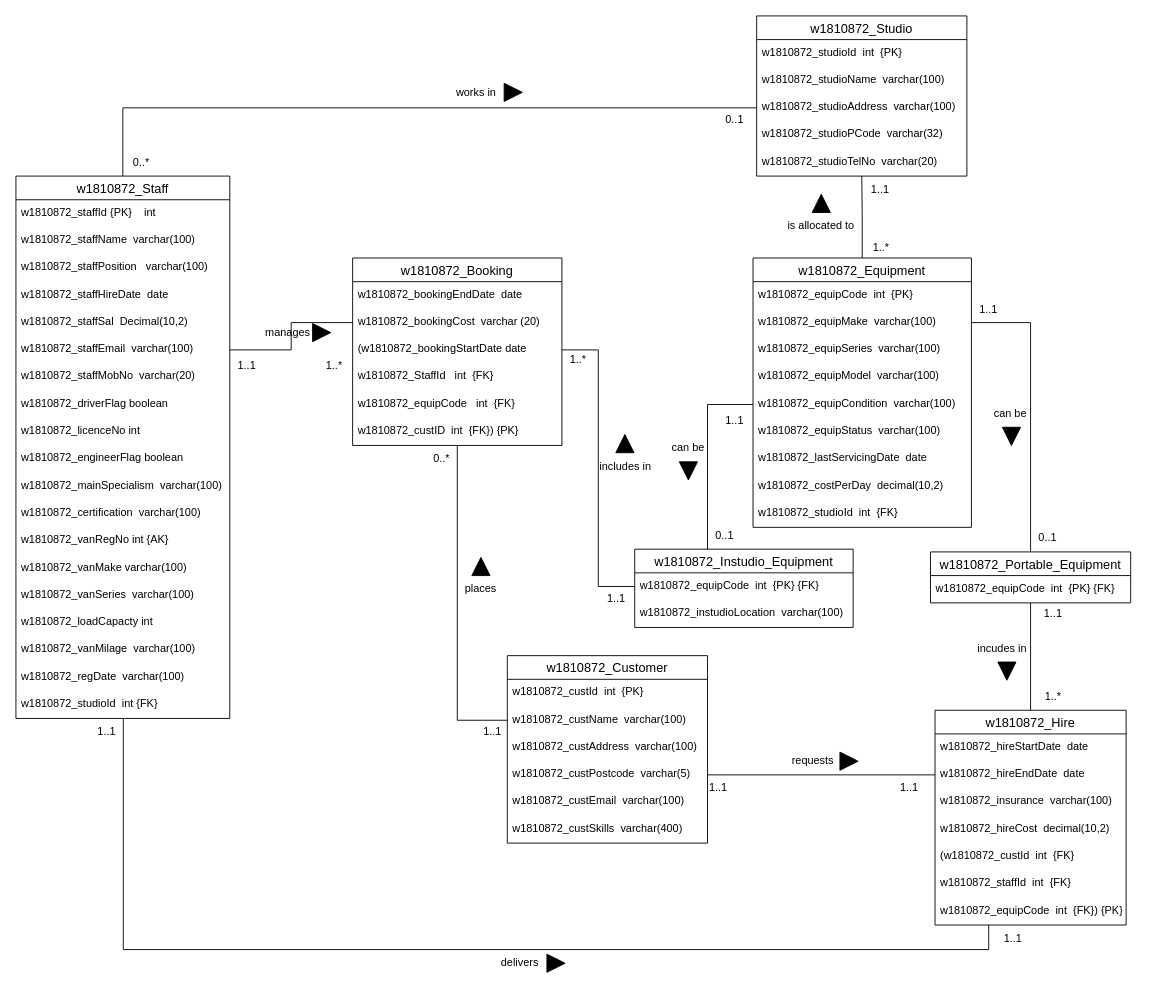
Above: Part B/Part_B.drawio in ChitharaKarunasekera/DatabaseSystemsCoursework (draw.io), before the change. Source tidied: cells renumbered, new cells numbered last; positions are measured from the earlier drawing's top-left corner, leaving out a move shared by most shapes. Both pictures are drawn from the tidied source at 91%, with x=0, y=0 at pixel (15, 15).
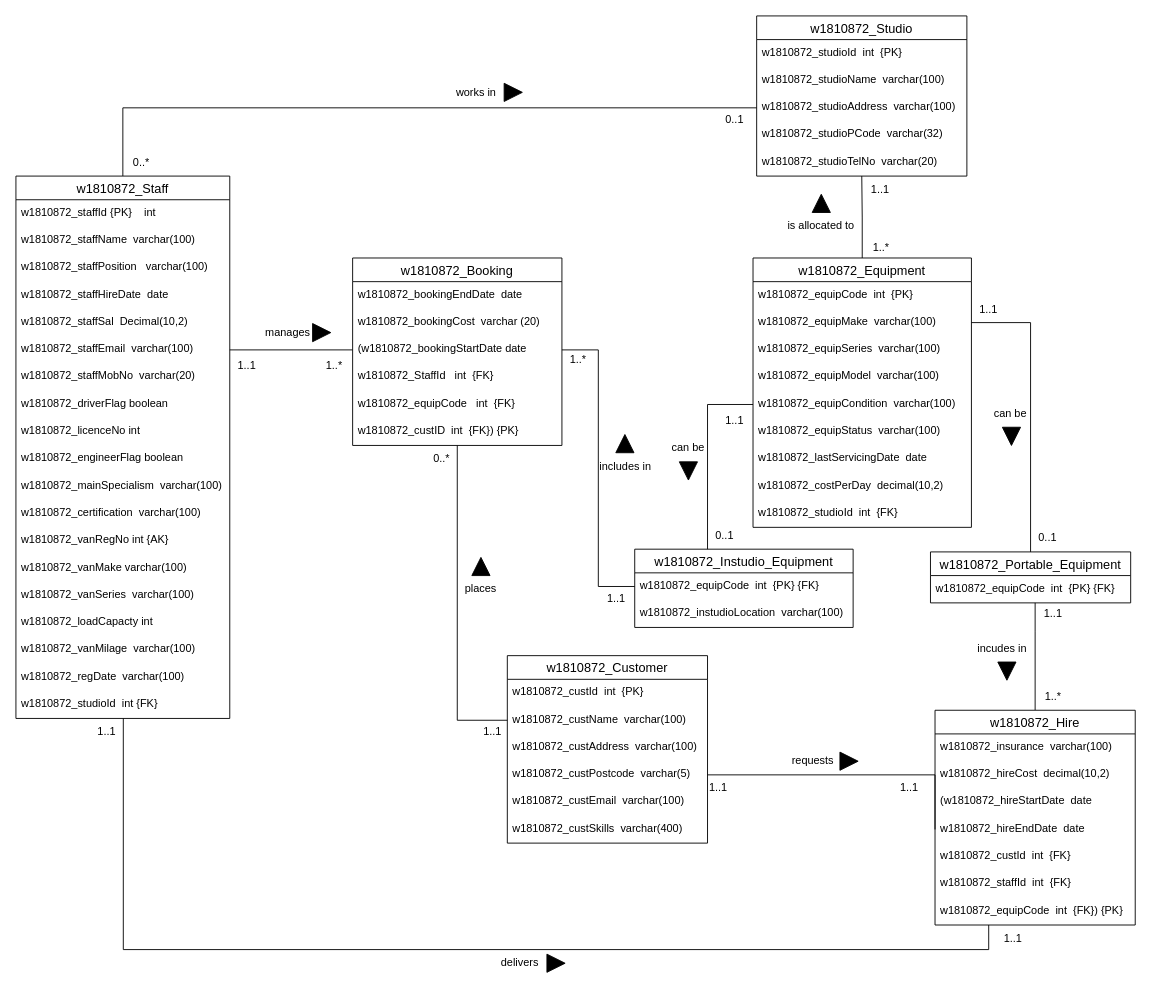
The same diagram, later.

Unchanged cells that the change refers to:
```xml
<mxCell id="9" value="w1810872_staffEmail  varchar(100)" style="text;strokeColor=none;fillColor=none;spacingLeft=4;spacingRight=4;overflow=hidden;points=[[0,0.5],[1,0.5]];portConstraint=eastwest;fontSize=12;" parent="3" vertex="1">
  <mxGeometry y="176" width="235" height="30" as="geometry" />
</mxCell>
<mxCell id="38" value="w1810872_Portable_Equipment" style="swimlane;fontStyle=0;horizontal=1;startSize=26;align=center;fontSize=14;fontColor=#000000;" parent="1" vertex="1">
  <mxGeometry x="1005" y="589" width="220" height="56" as="geometry" />
</mxCell>
<mxCell id="54" value="w1810872_custPostcode  varchar(5)" style="text;strokeColor=none;fillColor=none;spacingLeft=4;spacingRight=4;overflow=hidden;points=[[0,0.5],[1,0.5]];portConstraint=eastwest;fontSize=12;fontColor=#000000;" parent="50" vertex="1">
  <mxGeometry y="116" width="220" height="30" as="geometry" />
</mxCell>
<mxCell id="60" value="w1810872_bookingCost  varchar (20)" style="text;strokeColor=none;fillColor=none;spacingLeft=4;spacingRight=4;overflow=hidden;points=[[0,0.5],[1,0.5]];portConstraint=eastwest;fontSize=12;fontColor=#000000;" parent="58" vertex="1">
  <mxGeometry y="56" width="230" height="30" as="geometry" />
</mxCell>
<mxCell id="61" value="(w1810872_bookingStartDate date" style="text;strokeColor=none;fillColor=none;spacingLeft=4;spacingRight=4;overflow=hidden;points=[[0,0.5],[1,0.5]];portConstraint=eastwest;fontSize=12;fontColor=#000000;" parent="58" vertex="1">
  <mxGeometry y="86" width="230" height="30" as="geometry" />
</mxCell>
```

The edit, as a diff of the source:
```diff
@@
     <mxCell id="37" style="edgeStyle=orthogonalEdgeStyle;rounded=0;jettySize=auto;html=1;endArrow=none;endFill=0;" parent="1" edge="1" source="38" target="78">
-      <mxGeometry relative="1" as="geometry" />
+      <mxGeometry relative="1" as="geometry">
+        <Array as="points">
+          <mxPoint x="1120" y="676" />
+          <mxPoint x="1120" y="676" />
+        </Array>
+      </mxGeometry>
     </mxCell>
@@
     <mxCell id="78" value="w1810872_Hire" style="swimlane;fontStyle=0;horizontal=1;startSize=26;align=center;fontSize=14;fontColor=#000000;" parent="1" vertex="1">
-      <mxGeometry x="1010" y="763" width="210" height="236" as="geometry" />
+      <mxGeometry x="1010" y="763" width="220" height="236" as="geometry" />
     </mxCell>
+    <mxCell id="81" value="w1810872_insurance  varchar(100)" style="text;strokeColor=none;fillColor=none;spacingLeft=4;spacingRight=4;overflow=hidden;fontSize=12;fontColor=#000000;" parent="78" vertex="1">
+      <mxGeometry y="26" width="220" height="30" as="geometry" />
+    </mxCell>
+    <mxCell id="82" value="w1810872_hireCost  decimal(10,2)" style="text;strokeColor=none;fillColor=none;spacingLeft=4;spacingRight=4;overflow=hidden;fontSize=12;fontColor=#000000;" parent="78" vertex="1">
+      <mxGeometry y="56" width="220" height="30" as="geometry" />
+    </mxCell>
-    <mxCell id="79" value="w1810872_hireStartDate  date" style="text;strokeColor=none;fillColor=none;spacingLeft=4;spacingRight=4;overflow=hidden;fontSize=12;fontColor=#000000;" parent="78" vertex="1">
-      <mxGeometry y="26" width="210" height="30" as="geometry" />
+    <mxCell id="79" value="(w1810872_hireStartDate  date" style="text;strokeColor=none;fillColor=none;spacingLeft=4;spacingRight=4;overflow=hidden;fontSize=12;fontColor=#000000;" parent="78" vertex="1">
+      <mxGeometry y="86" width="220" height="30" as="geometry" />
     </mxCell>
     <mxCell id="80" value="w1810872_hireEndDate  date" style="text;strokeColor=none;fillColor=none;spacingLeft=4;spacingRight=4;overflow=hidden;points=[[0,0.5],[1,0.5]];portConstraint=eastwest;fontSize=12;fontColor=#000000;" parent="78" vertex="1">
-      <mxGeometry y="56" width="210" height="30" as="geometry" />
+      <mxGeometry y="116" width="220" height="30" as="geometry" />
     </mxCell>
-    <mxCell id="81" value="w1810872_insurance  varchar(100)" style="text;strokeColor=none;fillColor=none;spacingLeft=4;spacingRight=4;overflow=hidden;fontSize=12;fontColor=#000000;" parent="78" vertex="1">
-      <mxGeometry y="86" width="210" height="30" as="geometry" />
-    </mxCell>
-    <mxCell id="82" value="w1810872_hireCost  decimal(10,2)" style="text;strokeColor=none;fillColor=none;spacingLeft=4;spacingRight=4;overflow=hidden;fontSize=12;fontColor=#000000;" parent="78" vertex="1">
-      <mxGeometry y="116" width="210" height="30" as="geometry" />
-    </mxCell>
-    <mxCell id="83" value="(w1810872_custId  int  {FK}" style="text;strokeColor=none;fillColor=none;spacingLeft=4;spacingRight=4;overflow=hidden;fontSize=12;fontColor=#000000;" parent="78" vertex="1">
-      <mxGeometry y="146" width="210" height="30" as="geometry" />
+    <mxCell id="83" value="w1810872_custId  int  {FK}" style="text;strokeColor=none;fillColor=none;spacingLeft=4;spacingRight=4;overflow=hidden;fontSize=12;fontColor=#000000;" parent="78" vertex="1">
+      <mxGeometry y="146" width="220" height="30" as="geometry" />
     </mxCell>
     <mxCell id="84" value="w1810872_staffId  int  {FK}" style="text;strokeColor=none;fillColor=none;spacingLeft=4;spacingRight=4;overflow=hidden;fontSize=12;" parent="78" vertex="1">
-      <mxGeometry y="176" width="210" height="30" as="geometry" />
+      <mxGeometry y="176" width="220" height="30" as="geometry" />
     </mxCell>
     <mxCell id="85" value="w1810872_equipCode  int  {FK}) {PK}" style="text;strokeColor=none;fillColor=none;spacingLeft=4;spacingRight=4;overflow=hidden;fontSize=12;fontColor=#000000;" parent="78" vertex="1">
-      <mxGeometry y="206" width="210" height="30" as="geometry" />
+      <mxGeometry y="206" width="220" height="30" as="geometry" />
     </mxCell>
     <mxCell id="86" style="edgeStyle=orthogonalEdgeStyle;rounded=0;jettySize=auto;html=1;endArrow=none;endFill=0;exitX=0;exitY=0.5;exitDx=0;exitDy=0;" parent="1" edge="1" source="80" target="54">
-      <mxGeometry relative="1" as="geometry" />
+      <mxGeometry relative="1" as="geometry">
+        <Array as="points">
+          <mxPoint x="1010" y="834" />
+        </Array>
+      </mxGeometry>
     </mxCell>
@@
-    <mxCell id="99" style="edgeStyle=orthogonalEdgeStyle;rounded=0;jettySize=auto;html=1;exitX=1;exitY=0.5;exitDx=0;exitDy=0;endArrow=none;endFill=0;" parent="1" edge="1" source="9" target="60">
+    <mxCell id="99" style="edgeStyle=orthogonalEdgeStyle;rounded=0;jettySize=auto;html=1;exitX=1;exitY=0.5;exitDx=0;exitDy=0;endArrow=none;endFill=0;entryX=0;entryY=0.5;entryDx=0;entryDy=0;" parent="1" edge="1" source="9" target="61">
       <mxGeometry relative="1" as="geometry" />
     </mxCell>
```
